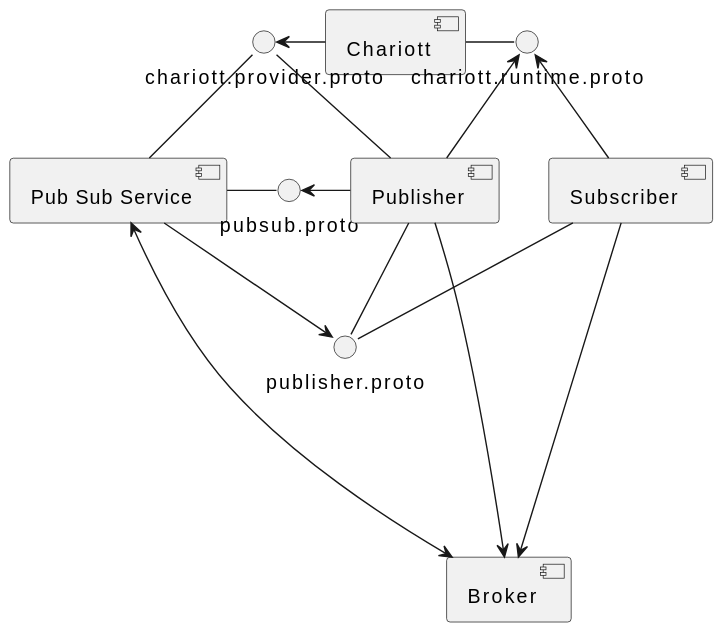
Above: docs/diagrams/pubsub_chariott_component.svg in eclipse-chariott/Agemo (PlantUML), before the change. Source of this version:
```plantuml
@startuml
component "Chariott" as chariott

chariott -left-> chariott.provider.proto
chariott -right- chariott.runtime.proto

component "Pub Sub Service" as ps_service

ps_service -up- chariott.provider.proto
ps_service -right- pubsub.proto
ps_service -down-> publisher.proto

component "Publisher" as pub

pub -up- chariott.provider.proto
pub -up-> chariott.runtime.proto
pub -left-> pubsub.proto
pub -down- publisher.proto

component "Subscriber" as sub

sub -up-> chariott.runtime.proto
sub -down- publisher.proto

[ps_service] <--down--> [Broker]
[pub] -down-> [Broker]
[sub] -down-> [Broker]
@enduml
```
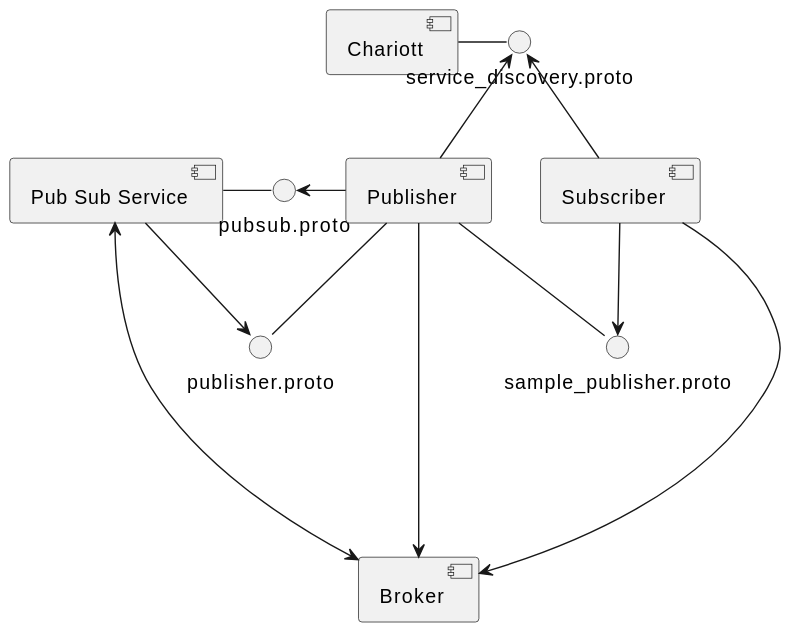
The same file after the commit.

The edit, as a diff of the source:
```diff
@@ -1,28 +1,27 @@
-@startuml
+@startuml pubsub chariott component diagram
 component "Chariott" as chariott
 
-chariott -left-> chariott.provider.proto
-chariott -right- chariott.runtime.proto
+chariott -right- service_discovery.proto
 
 component "Pub Sub Service" as ps_service
 
-ps_service -up- chariott.provider.proto
 ps_service -right- pubsub.proto
 ps_service -down-> publisher.proto
 
 component "Publisher" as pub
 
-pub -up- chariott.provider.proto
-pub -up-> chariott.runtime.proto
+pub -up-> service_discovery.proto
 pub -left-> pubsub.proto
 pub -down- publisher.proto
+pub -down- sample_publisher.proto
 
 component "Subscriber" as sub
 
-sub -up-> chariott.runtime.proto
-sub -down- publisher.proto
+sub -up-> service_discovery.proto
+sub -down-> sample_publisher.proto
 
 [ps_service] <--down--> [Broker]
 [pub] -down-> [Broker]
 [sub] -down-> [Broker]
+
 @enduml
```
